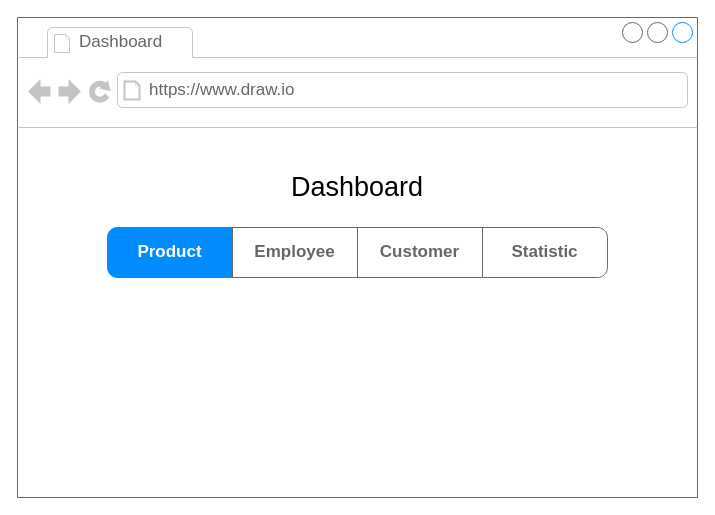
This is page "Main" (2 of 6) of Untitled Diagram.drawio from obamaspy/Random-stuff, a draw.io file, before an edit. Source tidied: cells renumbered, new cells numbered last; positions are measured from the earlier drawing's top-left corner, leaving out a move shared by most shapes. Both pictures are drawn from the tidied source at 100%, with x=0, y=0 at pixel (17, 17).
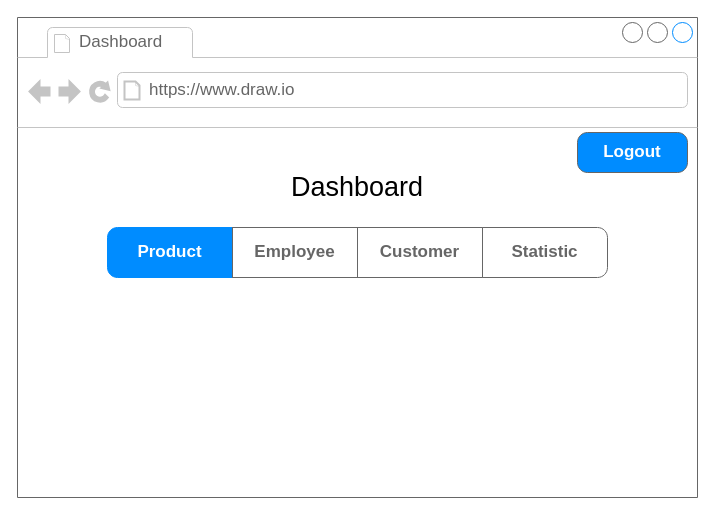
The same page after the edit.

Change to the diagram source:
```diff
@@
 <mxGraphModel>
   <root>
     <mxCell id="0" />
     <mxCell id="1" parent="0" />
     <mxCell id="2" style="strokeWidth=1;shadow=0;dashed=0;align=center;html=1;shape=mxgraph.mockup.containers.browserWindow;rSize=0;strokeColor=#666666;strokeColor2=#008cff;strokeColor3=#c4c4c4;mainText=,;" parent="1" vertex="1">
       <mxGeometry width="680" height="480" as="geometry" />
     </mxCell>
     <mxCell id="3" value="Dashboard" style="strokeWidth=1;shadow=0;dashed=0;align=center;html=1;shape=mxgraph.mockup.containers.anchor;fontSize=17;fontColor=#666666;align=left;whiteSpace=wrap;" parent="2" vertex="1">
       <mxGeometry x="60" y="12" width="110" height="26" as="geometry" />
     </mxCell>
     <mxCell id="4" value="https://www.draw.io" style="strokeWidth=1;shadow=0;dashed=0;align=center;html=1;shape=mxgraph.mockup.containers.anchor;rSize=0;fontSize=17;fontColor=#666666;align=left;" parent="2" vertex="1">
       <mxGeometry x="130" y="60" width="250" height="26" as="geometry" />
     </mxCell>
     <mxCell id="5" value="&lt;font style=&quot;font-size: 27px;&quot;&gt;Dashboard&lt;/font&gt;" style="text;html=1;align=center;verticalAlign=middle;whiteSpace=wrap;rounded=0;" parent="2" vertex="1">
       <mxGeometry x="260" y="155" width="160" height="30" as="geometry" />
     </mxCell>
     <mxCell id="6" style="swimlane;shape=mxgraph.bootstrap.anchor;strokeColor=#666666;fillColor=#ffffff;fontColor=#666666;fontStyle=0;horizontal=0;startSize=0;whiteSpace=wrap;html=1;" parent="2" vertex="1">
       <mxGeometry x="90" y="210" width="500" height="50" as="geometry" />
     </mxCell>
     <mxCell id="7" value="Product" style="text;strokeColor=#008CFF;align=center;verticalAlign=middle;spacingLeft=10;spacingRight=10;overflow=hidden;whiteSpace=wrap;html=1;shape=mxgraph.mockup.leftButton;rSize=10;fillColor=#008CFF;fontColor=#ffffff;fontSize=17;fontStyle=1;" parent="6" vertex="1">
       <mxGeometry width="125" height="50" as="geometry" />
     </mxCell>
     <mxCell id="8" value="Employee" style="text;strokeColor=inherit;align=center;verticalAlign=middle;spacingLeft=10;spacingRight=10;overflow=hidden;whiteSpace=wrap;html=1;rSize=5;fillColor=inherit;fontColor=inherit;fontSize=17;fontStyle=1;" parent="6" vertex="1">
       <mxGeometry x="125" width="125" height="50" as="geometry" />
     </mxCell>
     <mxCell id="9" value="Customer" style="text;strokeColor=inherit;align=center;verticalAlign=middle;spacingLeft=10;spacingRight=10;overflow=hidden;whiteSpace=wrap;html=1;rSize=5;fillColor=inherit;fontColor=inherit;fontSize=17;fontStyle=1;" parent="6" vertex="1">
       <mxGeometry x="250" width="125" height="50" as="geometry" />
     </mxCell>
     <mxCell id="10" value="Statistic" style="text;strokeColor=inherit;align=center;verticalAlign=middle;spacingLeft=10;spacingRight=10;overflow=hidden;whiteSpace=wrap;html=1;shape=mxgraph.mockup.rightButton;rSize=10;fillColor=inherit;fontColor=inherit;fontSize=17;fontStyle=1;" parent="6" vertex="1">
       <mxGeometry x="375" width="125" height="50" as="geometry" />
     </mxCell>
+    <mxCell id="11" value="Logout" style="strokeWidth=1;shadow=0;dashed=0;align=center;html=1;shape=mxgraph.mockup.buttons.button;strokeColor=#666666;fontColor=#ffffff;mainText=;buttonStyle=round;fontSize=17;fontStyle=1;fillColor=#008cff;whiteSpace=wrap;" parent="2" vertex="1">
+      <mxGeometry x="560" y="115" width="110" height="40" as="geometry" />
+    </mxCell>
   </root>
 </mxGraphModel>
```
